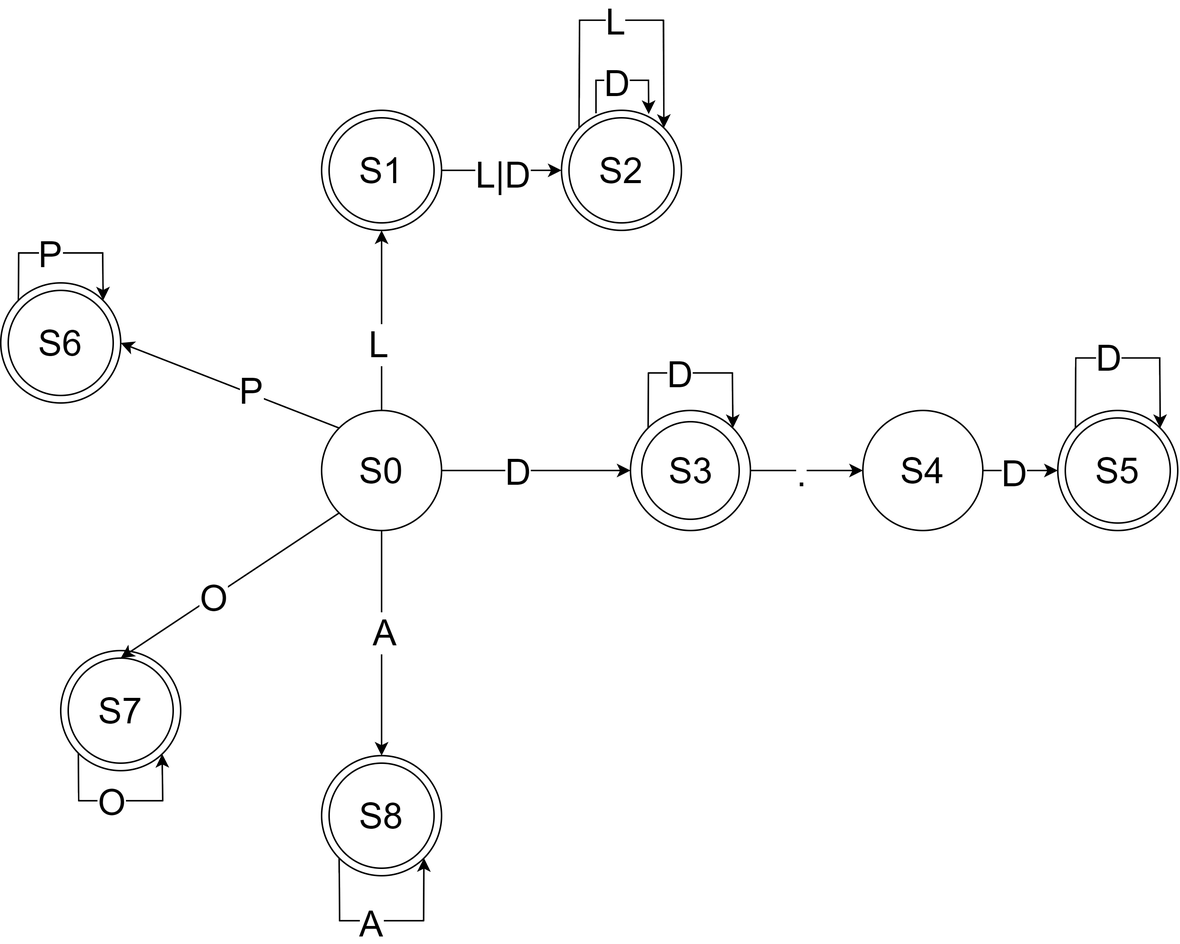
The draw.io diagram Trabajo Teórico Práctico/Diagramas Arboles y AFD/AFD Final Optimizado.png in DiegoMaldonado19/Practica-1-Analizador-Lexico, before a commit. Source tidied: cells renumbered, new cells last; positions are measured from the earlier drawing's top-left corner, leaving out a move shared by most shapes.
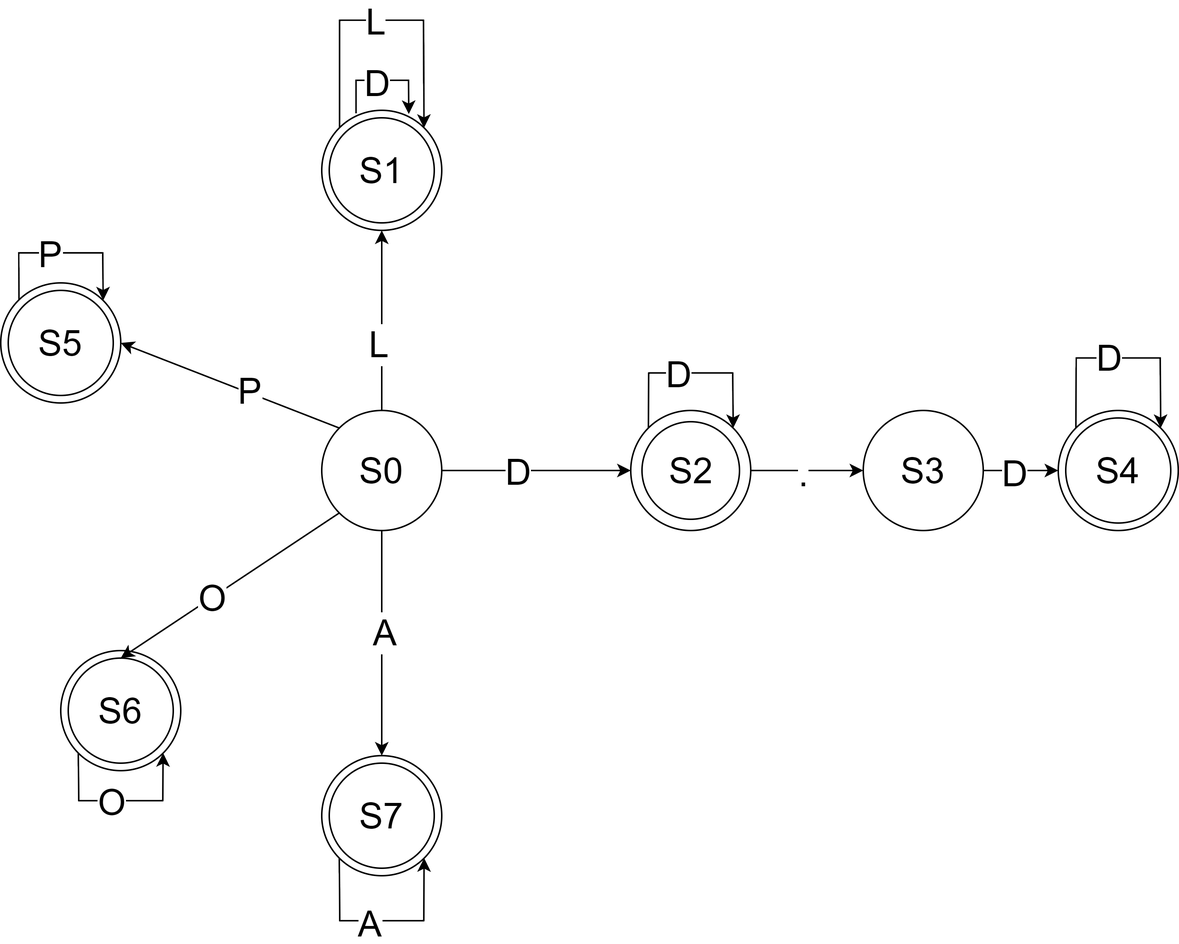
After the commit.

What changed in the source:
```diff
@@ -26,32 +26,17 @@
     <mxCell id="9" style="ellipse;whiteSpace=wrap;html=1;fontSize=24;" parent="1" vertex="1">
       <mxGeometry y="175" width="80" height="80" as="geometry" />
     </mxCell>
-    <mxCell id="10" style="ellipse;whiteSpace=wrap;html=1;fontSize=24;" parent="1" vertex="1">
-      <mxGeometry x="374" y="60" width="80" height="80" as="geometry" />
-    </mxCell>
     <mxCell id="11" value="S1" style="ellipse;whiteSpace=wrap;html=1;fontSize=24;" parent="1" vertex="1">
       <mxGeometry x="219" y="65" width="70" height="70" as="geometry" />
     </mxCell>
-    <mxCell id="12" value="S2" style="ellipse;whiteSpace=wrap;html=1;fontSize=24;" parent="1" vertex="1">
-      <mxGeometry x="379" y="65" width="70" height="70" as="geometry" />
-    </mxCell>
-    <mxCell id="13" style="endArrow=classic;html=1;rounded=0;fontSize=24;exitX=1;exitY=0.5;exitDx=0;exitDy=0;entryX=0;entryY=0.5;entryDx=0;entryDy=0;" parent="1" edge="1" source="5" target="10">
-      <mxGeometry relative="1" as="geometry">
-        <Array as="points">
-          <mxPoint x="324" y="100" />
-        </Array>
-      </mxGeometry>
-    </mxCell>
-    <mxCell id="14" value="L|D" style="edgeLabel;html=1;align=center;verticalAlign=middle;fontSize=24;" parent="13" vertex="1">
-      <mxGeometry x="-0.01" y="-2" relative="1" as="geometry" />
-    </mxCell>
-    <mxCell id="15" style="endArrow=classic;html=1;rounded=0;fontSize=24;entryX=0.727;entryY=0.031;entryDx=0;entryDy=0;entryPerimeter=0;" parent="1" edge="1" target="10">
+    <mxCell id="15" style="endArrow=classic;html=1;rounded=0;fontSize=24;entryX=0.727;entryY=0.031;entryDx=0;entryDy=0;entryPerimeter=0;" parent="1" edge="1">
       <mxGeometry relative="1" as="geometry">
-        <mxPoint x="397" y="62" as="sourcePoint" />
+        <mxPoint x="236.9" y="62" as="sourcePoint" />
+        <mxPoint x="272" y="62.5" as="targetPoint" />
         <Array as="points">
-          <mxPoint x="397" y="40" />
-          <mxPoint x="414" y="40" />
-          <mxPoint x="432" y="40" />
+          <mxPoint x="236.9" y="40" />
+          <mxPoint x="253.9" y="40" />
+          <mxPoint x="271.9" y="40" />
         </Array>
       </mxGeometry>
     </mxCell>
@@ -64,13 +49,13 @@
     <mxCell id="18" value="D" style="edgeLabel;html=1;align=center;verticalAlign=middle;fontSize=24;" parent="17" vertex="1">
       <mxGeometry x="-0.2" y="-1" relative="1" as="geometry" />
     </mxCell>
-    <mxCell id="19" value="S4" style="ellipse;whiteSpace=wrap;html=1;fontSize=24;" parent="1" vertex="1">
+    <mxCell id="19" value="S3" style="ellipse;whiteSpace=wrap;html=1;fontSize=24;" parent="1" vertex="1">
       <mxGeometry x="575" y="260" width="80" height="80" as="geometry" />
     </mxCell>
     <mxCell id="20" style="ellipse;whiteSpace=wrap;html=1;fontSize=24;" parent="1" vertex="1">
       <mxGeometry x="705" y="260" width="80" height="80" as="geometry" />
     </mxCell>
-    <mxCell id="21" value="S5" style="ellipse;whiteSpace=wrap;html=1;fontSize=24;" parent="1" vertex="1">
+    <mxCell id="21" value="S4" style="ellipse;whiteSpace=wrap;html=1;fontSize=24;" parent="1" vertex="1">
       <mxGeometry x="710" y="265" width="70" height="70" as="geometry" />
     </mxCell>
     <mxCell id="22" style="endArrow=classic;html=1;rounded=0;fontSize=24;exitX=0;exitY=0;exitDx=0;exitDy=0;entryX=1;entryY=0;entryDx=0;entryDy=0;" parent="1" edge="1" source="20" target="20">
@@ -97,19 +82,21 @@
     <mxCell id="25" value="D" style="edgeLabel;html=1;align=center;verticalAlign=middle;fontSize=24;" parent="24" vertex="1">
       <mxGeometry x="-0.12" relative="1" as="geometry" />
     </mxCell>
-    <mxCell id="26" style="endArrow=classic;html=1;rounded=0;fontSize=24;exitX=0;exitY=0;exitDx=0;exitDy=0;entryX=1;entryY=0;entryDx=0;entryDy=0;" parent="1" edge="1" source="10" target="10">
+    <mxCell id="26" style="endArrow=classic;html=1;rounded=0;fontSize=24;entryX=1;entryY=0;entryDx=0;entryDy=0;" parent="1" edge="1">
       <mxGeometry relative="1" as="geometry">
+        <mxPoint x="225.9" y="71.7" as="sourcePoint" />
+        <mxPoint x="282.1" y="71.7" as="targetPoint" />
         <Array as="points">
-          <mxPoint x="386" />
-          <mxPoint x="414" />
-          <mxPoint x="442" />
+          <mxPoint x="225.9" />
+          <mxPoint x="253.9" />
+          <mxPoint x="281.9" />
         </Array>
       </mxGeometry>
     </mxCell>
     <mxCell id="27" value="L" style="edgeLabel;html=1;align=center;verticalAlign=middle;fontSize=24;" parent="26" vertex="1">
       <mxGeometry x="-0.05" relative="1" as="geometry" />
     </mxCell>
-    <mxCell id="28" value="S6" style="ellipse;whiteSpace=wrap;html=1;fontSize=24;" parent="1" vertex="1">
+    <mxCell id="28" value="S5" style="ellipse;whiteSpace=wrap;html=1;fontSize=24;" parent="1" vertex="1">
       <mxGeometry x="5" y="180" width="70" height="70" as="geometry" />
     </mxCell>
     <mxCell id="29" style="endArrow=classic;html=1;rounded=0;fontSize=24;entryX=1;entryY=0;entryDx=0;entryDy=0;exitX=0;exitY=0;exitDx=0;exitDy=0;" parent="1" edge="1" source="9" target="9">
@@ -126,13 +113,13 @@
     <mxCell id="31" style="ellipse;whiteSpace=wrap;html=1;fontSize=24;" parent="1" vertex="1">
       <mxGeometry x="40" y="420" width="80" height="80" as="geometry" />
     </mxCell>
-    <mxCell id="32" value="S7" style="ellipse;whiteSpace=wrap;html=1;fontSize=24;" parent="1" vertex="1">
+    <mxCell id="32" value="S6" style="ellipse;whiteSpace=wrap;html=1;fontSize=24;" parent="1" vertex="1">
       <mxGeometry x="45" y="425" width="70" height="70" as="geometry" />
     </mxCell>
     <mxCell id="33" style="ellipse;whiteSpace=wrap;html=1;fontSize=24;" parent="1" vertex="1">
       <mxGeometry x="214" y="490" width="80" height="80" as="geometry" />
     </mxCell>
-    <mxCell id="34" value="S8" style="ellipse;whiteSpace=wrap;html=1;fontSize=24;" parent="1" vertex="1">
+    <mxCell id="34" value="S7" style="ellipse;whiteSpace=wrap;html=1;fontSize=24;" parent="1" vertex="1">
       <mxGeometry x="219" y="495" width="70" height="70" as="geometry" />
     </mxCell>
     <mxCell id="35" style="endArrow=classic;html=1;rounded=0;fontSize=24;exitX=1;exitY=0.5;exitDx=0;exitDy=0;entryX=0;entryY=0.5;entryDx=0;entryDy=0;" parent="1" edge="1" source="4" target="8">
@@ -183,7 +170,7 @@
     <mxCell id="46" value="P" style="edgeLabel;html=1;align=center;verticalAlign=middle;fontSize=24;" parent="45" vertex="1">
       <mxGeometry x="-0.16" y="-2" relative="1" as="geometry" />
     </mxCell>
-    <mxCell id="47" value="S3" style="ellipse;whiteSpace=wrap;html=1;fontSize=24;" parent="1" vertex="1">
+    <mxCell id="47" value="S2" style="ellipse;whiteSpace=wrap;html=1;fontSize=24;" parent="1" vertex="1">
       <mxGeometry x="427.5" y="267.5" width="65" height="65" as="geometry" />
     </mxCell>
   </root>
```
